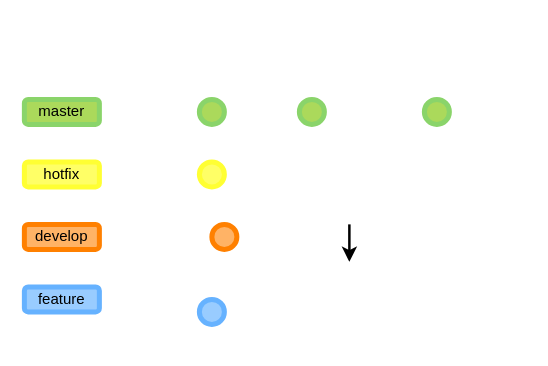
Above: gitflow.drawio in aleonly/drawio (draw.io), before the change. Source tidied: cells renumbered, new cells numbered last; positions are measured from the earlier drawing's top-left corner, leaving out a move shared by most shapes. Both pictures are drawn from the tidied source at 125%, with x=0, y=0 at pixel (24, 99).
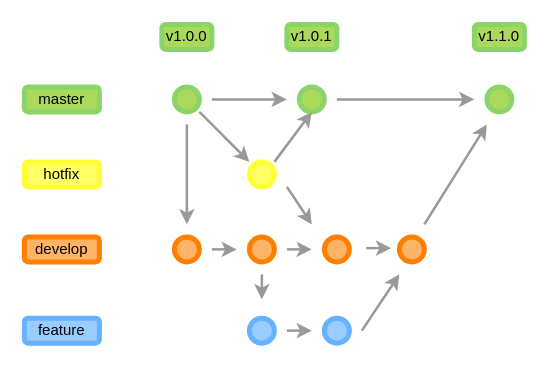
Above is the later version.

What changed in the source:
```diff
@@
     <mxCell id="2" style="ellipse;whiteSpace=wrap;html=1;fillColor=#ABD95B;strokeColor=#8AD46A;strokeWidth=4;fontColor=#ffffff;" parent="1" vertex="1">
-      <mxGeometry x="140" width="20" height="20" as="geometry" />
+      <mxGeometry x="120" y="-10" width="20" height="20" as="geometry" />
     </mxCell>
-    <mxCell id="3" style="endArrow=classic;html=1;strokeWidth=2;" parent="1" edge="1">
+    <mxCell id="3" style="endArrow=classic;html=1;strokeWidth=2;strokeColor=#999999;" parent="1" edge="1">
       <mxGeometry relative="1" as="geometry">
-        <mxPoint x="260" y="100" as="sourcePoint" />
-        <mxPoint x="260" y="130" as="targetPoint" />
+        <mxPoint x="140" y="10" as="sourcePoint" />
+        <mxPoint x="180" y="50" as="targetPoint" />
       </mxGeometry>
     </mxCell>
     <mxCell id="4" value="master" style="rounded=1;whiteSpace=wrap;html=1;strokeColor=#8AD46A;strokeWidth=4;fillColor=#ABD95B;" parent="1" vertex="1">
-      <mxGeometry width="60" height="20" as="geometry" />
+      <mxGeometry y="-10" width="60" height="20" as="geometry" />
     </mxCell>
@@
     <mxCell id="6" value="develop" style="rounded=1;whiteSpace=wrap;html=1;strokeColor=#FF8000;strokeWidth=4;fillColor=#FFB366;" parent="1" vertex="1">
-      <mxGeometry y="100" width="60" height="20" as="geometry" />
+      <mxGeometry y="110" width="60" height="20" as="geometry" />
     </mxCell>
     <mxCell id="7" value="feature" style="rounded=1;whiteSpace=wrap;html=1;strokeColor=#66B2FF;strokeWidth=4;fillColor=#99CCFF;" parent="1" vertex="1">
-      <mxGeometry y="150" width="60" height="20" as="geometry" />
+      <mxGeometry y="175" width="60" height="20" as="geometry" />
     </mxCell>
     <mxCell id="8" style="ellipse;whiteSpace=wrap;html=1;fillColor=#ABD95B;strokeColor=#8AD46A;strokeWidth=4;fontColor=#ffffff;" parent="1" vertex="1">
-      <mxGeometry x="220" width="20" height="20" as="geometry" />
+      <mxGeometry x="220" y="-10" width="20" height="20" as="geometry" />
     </mxCell>
     <mxCell id="9" style="ellipse;whiteSpace=wrap;html=1;fillColor=#ABD95B;strokeColor=#8AD46A;strokeWidth=4;fontColor=#ffffff;" parent="1" vertex="1">
-      <mxGeometry x="320" width="20" height="20" as="geometry" />
+      <mxGeometry x="370" y="-10" width="20" height="20" as="geometry" />
     </mxCell>
     <mxCell id="10" style="ellipse;whiteSpace=wrap;html=1;fillColor=#FFFF66;strokeColor=#FFFF33;strokeWidth=4;fontColor=#ffffff;" parent="1" vertex="1">
-      <mxGeometry x="140" y="50" width="20" height="20" as="geometry" />
+      <mxGeometry x="180" y="50" width="20" height="20" as="geometry" />
     </mxCell>
     <mxCell id="11" style="ellipse;whiteSpace=wrap;html=1;fillColor=#FFB366;strokeColor=#FF8000;strokeWidth=4;fontColor=#ffffff;" parent="1" vertex="1">
-      <mxGeometry x="150" y="100" width="20" height="20" as="geometry" />
+      <mxGeometry x="120" y="110" width="20" height="20" as="geometry" />
     </mxCell>
     <mxCell id="12" style="ellipse;whiteSpace=wrap;html=1;fillColor=#99CCFF;strokeColor=#66B2FF;strokeWidth=4;fontColor=#ffffff;" parent="1" vertex="1">
-      <mxGeometry x="140" y="160" width="20" height="20" as="geometry" />
+      <mxGeometry x="180" y="175" width="20" height="20" as="geometry" />
     </mxCell>
+    <mxCell id="13" style="ellipse;whiteSpace=wrap;html=1;fillColor=#FFB366;strokeColor=#FF8000;strokeWidth=4;fontColor=#ffffff;" parent="1" vertex="1">
+      <mxGeometry x="180" y="110" width="20" height="20" as="geometry" />
+    </mxCell>
+    <mxCell id="14" style="ellipse;whiteSpace=wrap;html=1;fillColor=#FFB366;strokeColor=#FF8000;strokeWidth=4;fontColor=#ffffff;" parent="1" vertex="1">
+      <mxGeometry x="240" y="110" width="20" height="20" as="geometry" />
+    </mxCell>
+    <mxCell id="15" value="v1.0.0" style="rounded=1;whiteSpace=wrap;html=1;strokeColor=#8AD46A;strokeWidth=4;fillColor=#ABD95B;" parent="1" vertex="1">
+      <mxGeometry x="110" y="-60" width="40" height="20" as="geometry" />
+    </mxCell>
+    <mxCell id="16" style="endArrow=classic;html=1;strokeWidth=2;strokeColor=#999999;entryX=0.5;entryY=1;entryDx=0;entryDy=0;entryPerimeter=0;" parent="1" edge="1" target="8">
+      <mxGeometry relative="1" as="geometry">
+        <mxPoint x="200" y="50" as="sourcePoint" />
+      </mxGeometry>
+    </mxCell>
+    <mxCell id="17" style="endArrow=classic;html=1;strokeWidth=2;strokeColor=#999999;" parent="1" edge="1">
+      <mxGeometry relative="1" as="geometry">
+        <mxPoint x="130" y="20" as="sourcePoint" />
+        <mxPoint x="130" y="100" as="targetPoint" />
+      </mxGeometry>
+    </mxCell>
+    <mxCell id="18" style="endArrow=classic;html=1;strokeWidth=2;strokeColor=#999999;" parent="1" edge="1">
+      <mxGeometry relative="1" as="geometry">
+        <mxPoint x="150" y="120" as="sourcePoint" />
+        <mxPoint x="170" y="120" as="targetPoint" />
+      </mxGeometry>
+    </mxCell>
+    <mxCell id="19" style="endArrow=classic;html=1;strokeWidth=2;strokeColor=#999999;" parent="1" edge="1">
+      <mxGeometry relative="1" as="geometry">
+        <mxPoint x="210" y="120" as="sourcePoint" />
+        <mxPoint x="230" y="120" as="targetPoint" />
+      </mxGeometry>
+    </mxCell>
+    <mxCell id="20" style="endArrow=classic;html=1;strokeWidth=2;strokeColor=#999999;" parent="1" edge="1">
+      <mxGeometry relative="1" as="geometry">
+        <mxPoint x="150" as="sourcePoint" />
+        <mxPoint x="210" as="targetPoint" />
+      </mxGeometry>
+    </mxCell>
+    <mxCell id="21" style="endArrow=classic;html=1;strokeWidth=2;strokeColor=#999999;" parent="1" edge="1">
+      <mxGeometry relative="1" as="geometry">
+        <mxPoint x="250" as="sourcePoint" />
+        <mxPoint x="360" as="targetPoint" />
+      </mxGeometry>
+    </mxCell>
+    <mxCell id="22" style="endArrow=classic;html=1;strokeWidth=2;strokeColor=#999999;" parent="1" edge="1">
+      <mxGeometry relative="1" as="geometry">
+        <mxPoint x="210" y="70" as="sourcePoint" />
+        <mxPoint x="230" y="100" as="targetPoint" />
+      </mxGeometry>
+    </mxCell>
+    <mxCell id="23" style="ellipse;whiteSpace=wrap;html=1;fillColor=#FFB366;strokeColor=#FF8000;strokeWidth=4;fontColor=#ffffff;" parent="1" vertex="1">
+      <mxGeometry x="300" y="110" width="20" height="20" as="geometry" />
+    </mxCell>
+    <mxCell id="24" style="endArrow=classic;html=1;strokeWidth=2;strokeColor=#999999;" parent="1" edge="1">
+      <mxGeometry relative="1" as="geometry">
+        <mxPoint x="273.5" y="119" as="sourcePoint" />
+        <mxPoint x="293.5" y="119" as="targetPoint" />
+      </mxGeometry>
+    </mxCell>
+    <mxCell id="25" style="endArrow=classic;html=1;strokeWidth=2;strokeColor=#999999;" parent="1" edge="1">
+      <mxGeometry relative="1" as="geometry">
+        <mxPoint x="190" y="140" as="sourcePoint" />
+        <mxPoint x="190" y="160" as="targetPoint" />
+      </mxGeometry>
+    </mxCell>
+    <mxCell id="26" style="ellipse;whiteSpace=wrap;html=1;fillColor=#99CCFF;strokeColor=#66B2FF;strokeWidth=4;fontColor=#ffffff;" parent="1" vertex="1">
+      <mxGeometry x="240" y="175" width="20" height="20" as="geometry" />
+    </mxCell>
+    <mxCell id="27" style="endArrow=classic;html=1;strokeWidth=2;strokeColor=#999999;" parent="1" edge="1">
+      <mxGeometry relative="1" as="geometry">
+        <mxPoint x="210" y="185" as="sourcePoint" />
+        <mxPoint x="230" y="185" as="targetPoint" />
+      </mxGeometry>
+    </mxCell>
+    <mxCell id="28" style="endArrow=classic;html=1;strokeWidth=2;strokeColor=#999999;" parent="1" edge="1">
+      <mxGeometry relative="1" as="geometry">
+        <mxPoint x="270" y="185" as="sourcePoint" />
+        <mxPoint x="300" y="140" as="targetPoint" />
+      </mxGeometry>
+    </mxCell>
+    <mxCell id="29" value="v1.0.1" style="rounded=1;whiteSpace=wrap;html=1;strokeColor=#8AD46A;strokeWidth=4;fillColor=#ABD95B;" parent="1" vertex="1">
+      <mxGeometry x="210" y="-60" width="40" height="20" as="geometry" />
+    </mxCell>
+    <mxCell id="30" style="endArrow=classic;html=1;strokeWidth=2;strokeColor=#999999;" parent="1" edge="1">
+      <mxGeometry relative="1" as="geometry">
+        <mxPoint x="320" y="100" as="sourcePoint" />
+        <mxPoint x="370" y="20" as="targetPoint" />
+      </mxGeometry>
+    </mxCell>
+    <mxCell id="31" value="v1.1.0" style="rounded=1;whiteSpace=wrap;html=1;strokeColor=#8AD46A;strokeWidth=4;fillColor=#ABD95B;" parent="1" vertex="1">
+      <mxGeometry x="360" y="-60" width="40" height="20" as="geometry" />
+    </mxCell>
```
